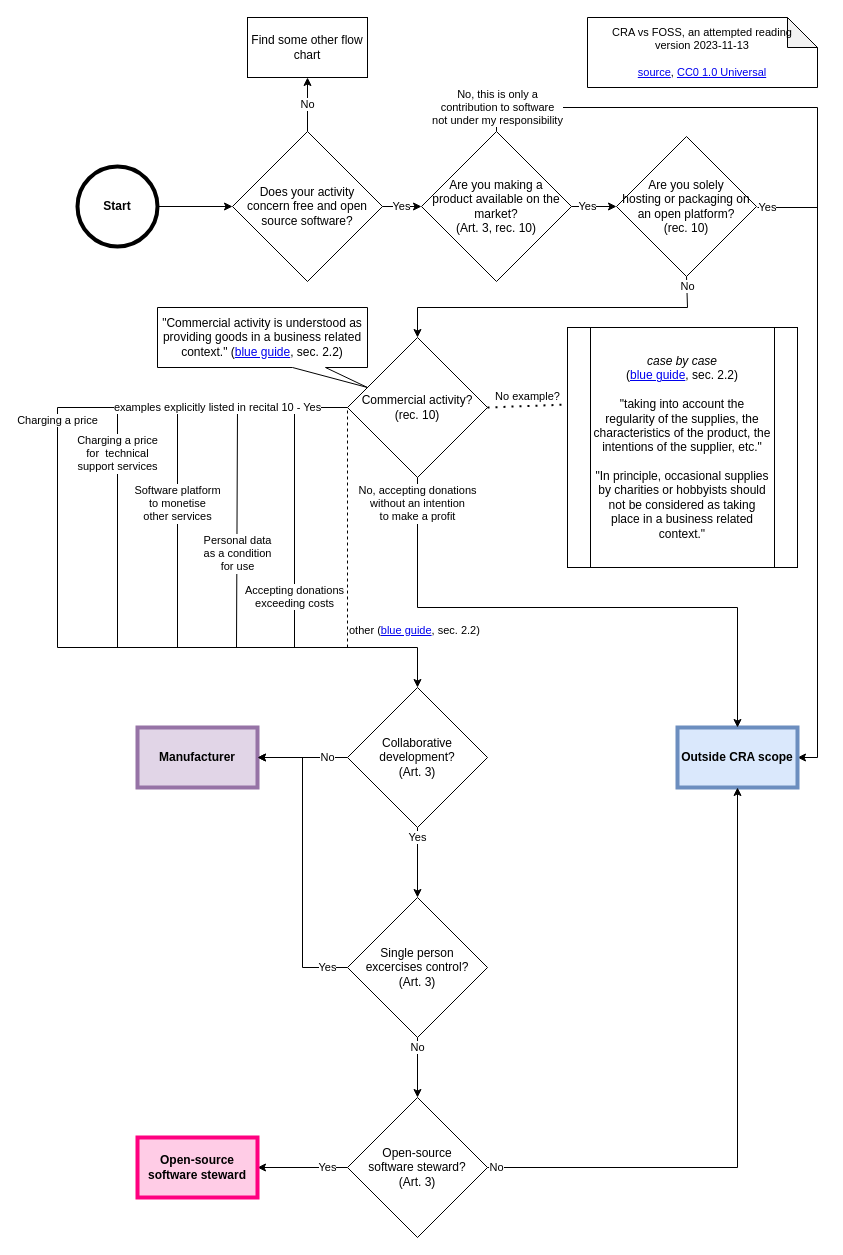
Before: FOSS flowchart.drawio in kappapiana/cra-foss-diagram, a draw.io diagram. Source tidied: cells renumbered, new cells numbered last; positions are measured from the earlier drawing's top-left corner, leaving out a move shared by most shapes. Both pictures are drawn from the tidied source at 100%, with x=0, y=0 at pixel (57, 17).
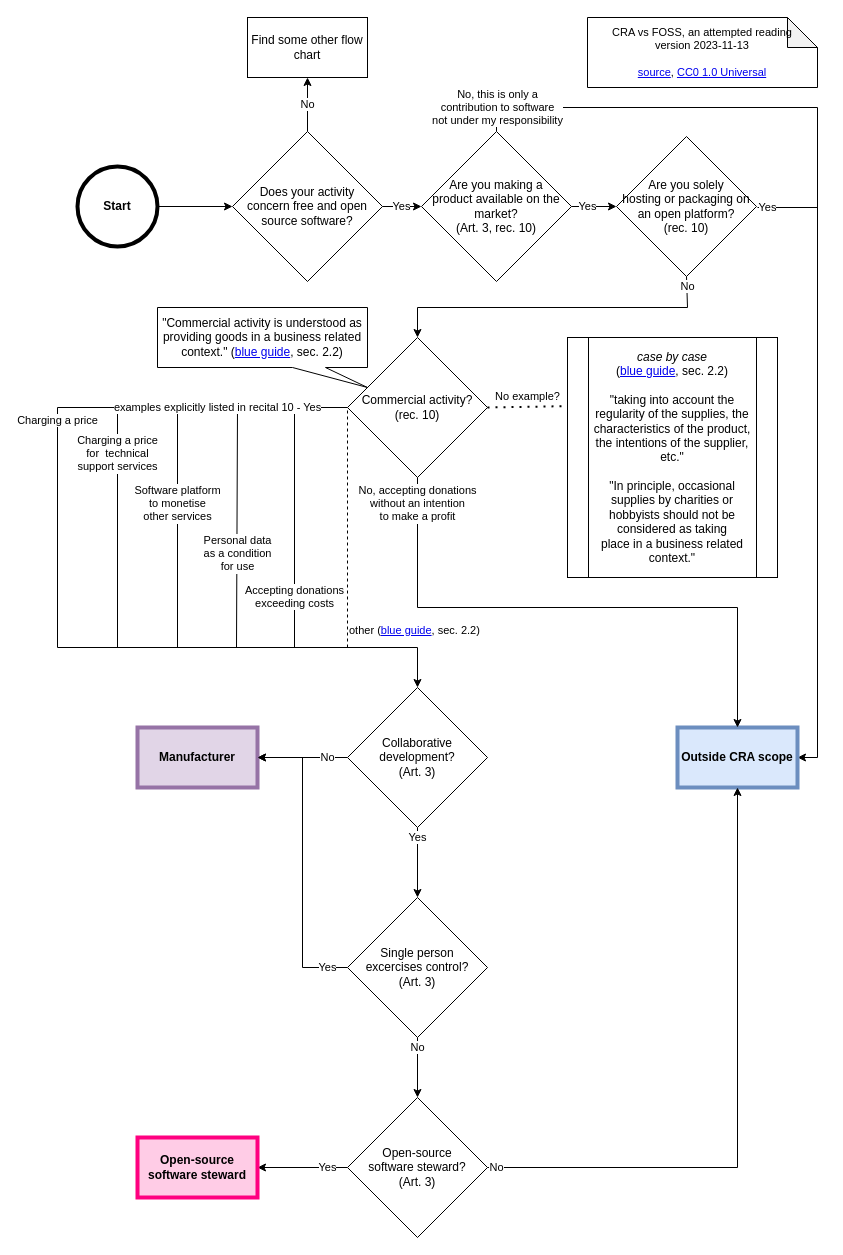
The same page after the edit.

The change refers to these unchanged cells:
```xml
<mxCell id="2" value="Commercial activity?&lt;br&gt;(rec. 10)" style="rhombus;whiteSpace=wrap;html=1;fontStyle=0;" parent="1" vertex="1">
  <mxGeometry x="290" y="320" width="140" height="140" as="geometry" />
</mxCell>
```

What changed in the source:
```diff
@@
     <mxCell id="39" value="&lt;div&gt;&lt;i&gt;case by case&lt;br&gt;&lt;/i&gt;(&lt;a href=&quot;https://eur-lex.europa.eu/legal-content/EN/TXT/PDF/?uri=OJ:C:2022:247:FULL&quot;&gt;blue guide&lt;/a&gt;, sec. 2.2)&lt;br&gt;&lt;br&gt;&lt;/div&gt;&lt;div&gt;&quot;taking into account the &lt;br&gt;regularity of the supplies, the characteristics of the product, the intentions of the supplier, etc.&quot;&lt;br&gt;&lt;/div&gt;&lt;div&gt;&lt;br&gt;&quot;In principle, occasional supplies by charities or hobbyists should not be considered as taking&lt;br&gt;place in a business related context.&quot;&lt;br&gt;&lt;/div&gt;" style="shape=process;whiteSpace=wrap;html=1;backgroundOutline=1;" parent="1" vertex="1">
-      <mxGeometry x="510" y="310" width="230" height="240" as="geometry" />
+      <mxGeometry x="510" y="320" width="210" height="240" as="geometry" />
     </mxCell>
-    <mxCell id="40" value="No example?" style="endArrow=none;dashed=1;html=1;dashPattern=1 3;strokeWidth=2;rounded=0;entryX=0.001;entryY=0.321;entryDx=0;entryDy=0;entryPerimeter=0;exitX=1;exitY=0.5;exitDx=0;exitDy=0;" parent="1" edge="1" source="2" target="39">
+    <mxCell id="40" value="No example?" style="endArrow=none;dashed=1;html=1;dashPattern=1 3;strokeWidth=2;rounded=0;entryX=-0.004;entryY=0.286;entryDx=0;entryDy=0;entryPerimeter=0;exitX=1;exitY=0.5;exitDx=0;exitDy=0;" parent="1" edge="1" source="2" target="39">
       <mxGeometry y="10" relative="1" as="geometry" />
     </mxCell>
```
